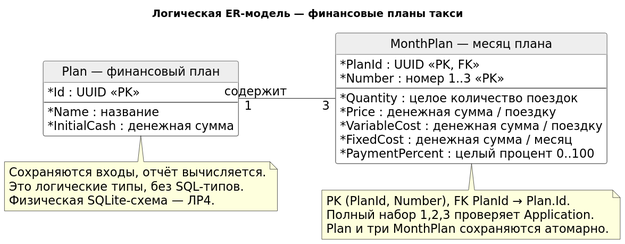
The PlantUML diagram PPO_LR2_Taxi/docs/diagrams/er.svg in g06095138/Labs_2026, before a commit. Its source is kept beside it as PPO_LR2_Taxi/docs/diagrams/er.puml.
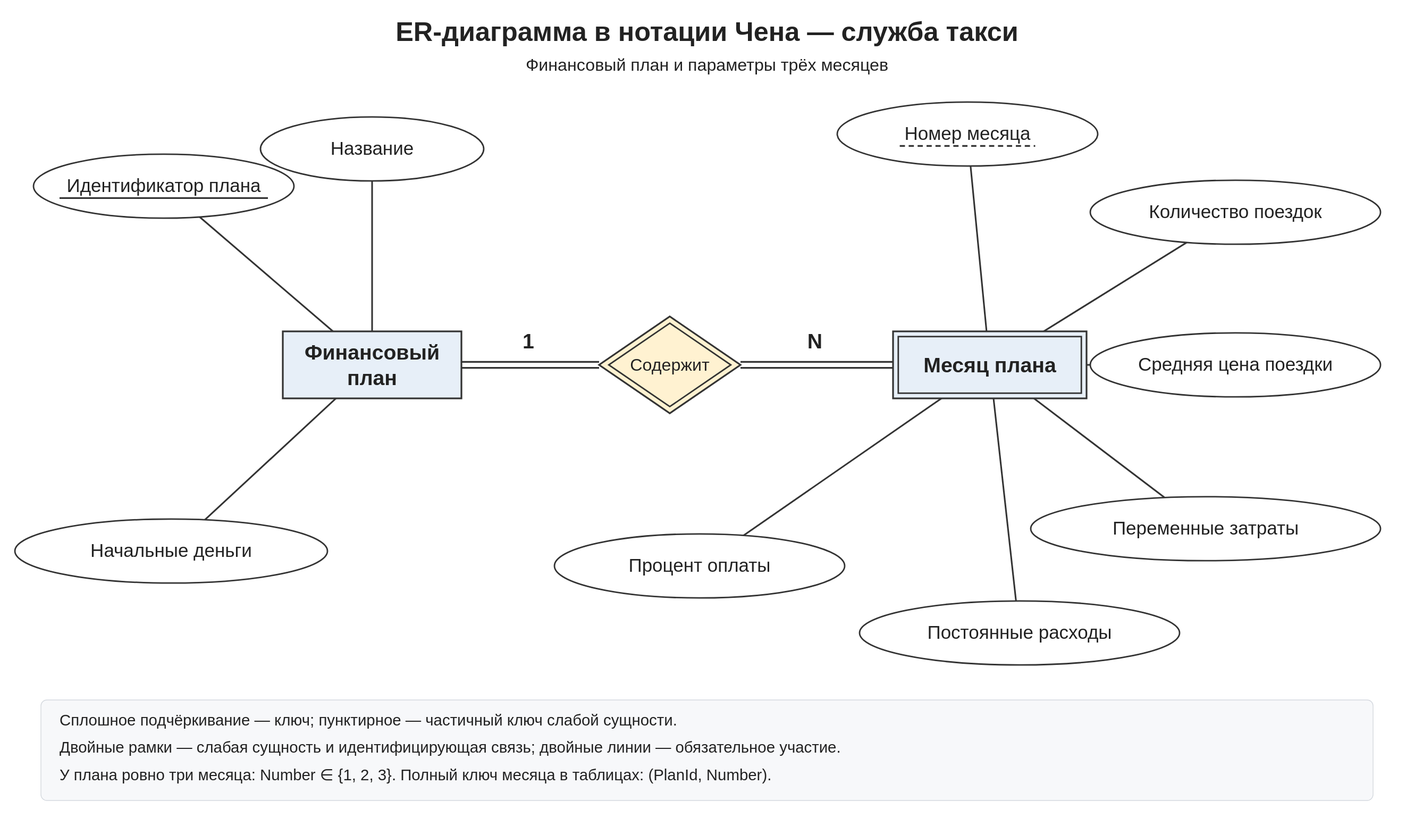
Later version of the same file.

Commit message:
Replace lab 2 financial ER with Chen notation

Diff of the diagram source:
```diff
@@ -1,43 +1,22 @@
-@startuml
+@startchen
 skinparam defaultFontName DejaVu Sans
-skinparam defaultFontSize 16
-skinparam shadowing false
-skinparam backgroundColor white
-skinparam classBackgroundColor white
-skinparam classHeaderBackgroundColor #EEEEEE
-skinparam classBorderColor #444444
-skinparam ArrowColor #444444
-skinparam classAttributeIconSize 0
-hide circle
-
+skinparam defaultFontSize 18
 left to right direction
-skinparam linetype ortho
-title Логическая ER-модель — финансовые планы такси
-entity "Plan — финансовый план" as Plan {
- * Id : UUID <<PK>>
- --
- * Name : название
- * InitialCash : денежная сумма
+entity "Финансовый план" as Plan {
+ "Идентификатор плана" as Id <<key>>
+ "Название" as Name
+ "Начальные деньги" as InitialCash
 }
-entity "MonthPlan — месяц плана" as Month {
- * PlanId : UUID <<PK, FK>>
- * Number : номер 1..3 <<PK>>
- --
- * Quantity : целое количество поездок
- * Price : денежная сумма / поездку
- * VariableCost : денежная сумма / поездку
- * FixedCost : денежная сумма / месяц
- * PaymentPercent : целый процент 0..100
+entity "Месяц плана" as Month <<weak>> {
+ "Номер месяца" as Number <<key>>
+ "Количество поездок" as Quantity
+ "Средняя цена поездки" as Price
+ "Переменные затраты" as VariableCost
+ "Постоянные расходы" as FixedCost
+ "Процент оплаты" as PaymentPercent
 }
-Plan "1" -- "3" Month : содержит
-note bottom of Month
-PK (PlanId, Number), FK PlanId → Plan.Id.
-Полный набор 1,2,3 проверяет Application.
-Plan и три MonthPlan сохраняются атомарно.
-end note
-note bottom of Plan
-Сохраняются входы, отчёт вычисляется.
-Это логические типы, без SQL-типов.
-Физическая SQLite-схема — ЛР4.
-end note
-@enduml
+relationship "Содержит" as Contains <<identifying>> {
+}
+Contains =1= Plan
+Contains =N= Month
+@endchen
```
